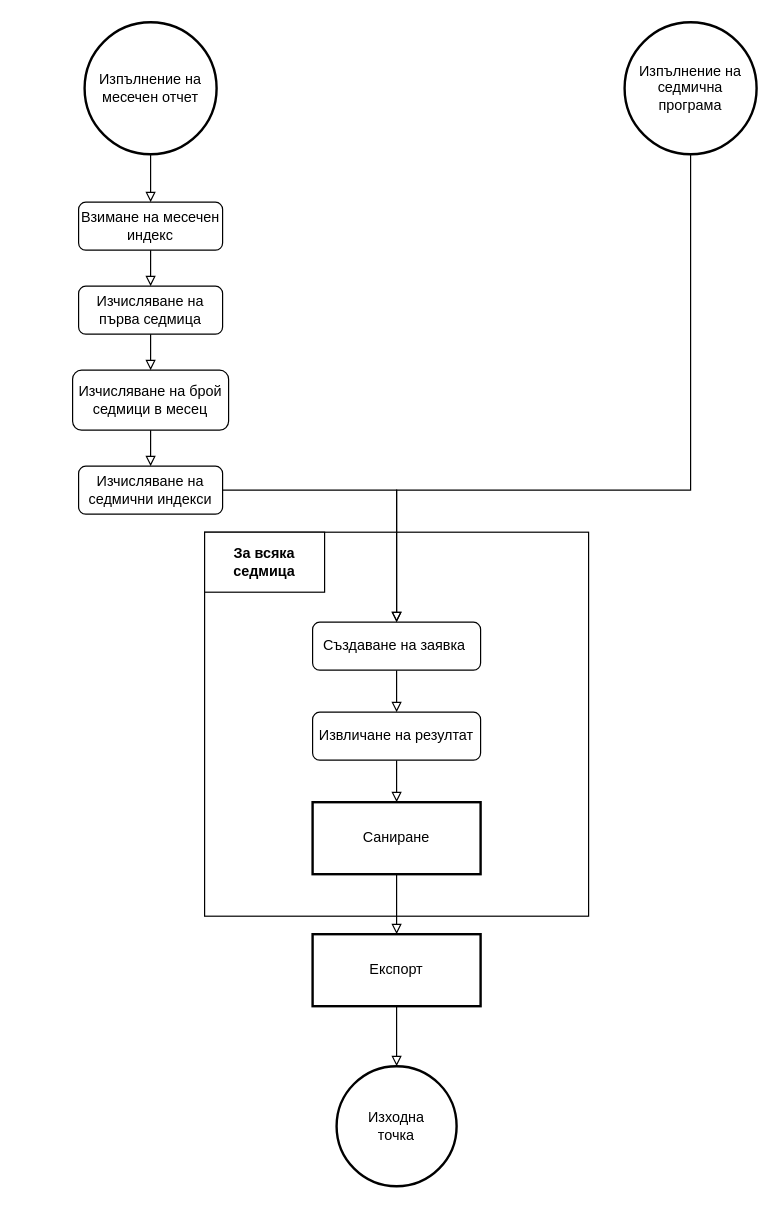
This is page "request_process" (2 of 5) of docs/Блоксхеми/technical_charts.drawio from nikolaizhnikolov/NVNA-Schedule-Exporter, a draw.io file, before an edit. Source tidied: cells renumbered, new cells numbered last; positions are measured from the earlier drawing's top-left corner, leaving out a move shared by most shapes. Both pictures are drawn from the tidied source at 120%, with x=0, y=0 at pixel (72, 22).
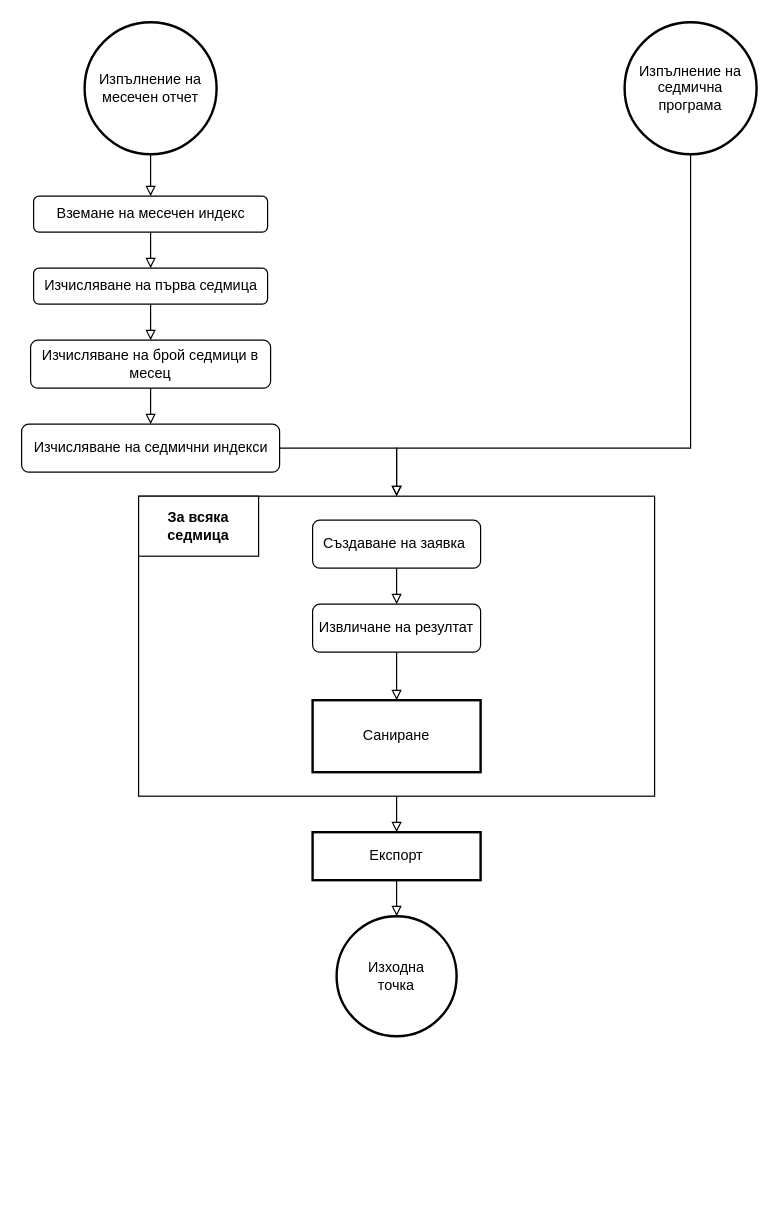
The same diagram, later.

The change refers to these unchanged cells:
```xml
<mxCell id="8" value="Изпълнение на седмична програма" style="ellipse;whiteSpace=wrap;html=1;strokeWidth=2;" parent="1" vertex="1">
  <mxGeometry x="460" width="110" height="110" as="geometry" />
</mxCell>
```

Change to the diagram source:
```diff
@@
     <mxCell id="2" style="rounded=0;whiteSpace=wrap;html=1;strokeWidth=1;fillColor=default;" parent="1" vertex="1">
-      <mxGeometry x="110" y="425" width="320" height="320" as="geometry" />
+      <mxGeometry x="55" y="395" width="430" height="250" as="geometry" />
     </mxCell>
     <mxCell id="3" value="Изчисляване на първа седмица" style="rounded=1;whiteSpace=wrap;html=1;fontSize=12;glass=0;strokeWidth=1;shadow=0;" parent="1" vertex="1">
-      <mxGeometry x="5" y="220" width="120" height="40" as="geometry" />
+      <mxGeometry x="-32.5" y="205" width="195" height="30" as="geometry" />
     </mxCell>
     <mxCell id="4" value="Изчисляване на седмични индекси" style="rounded=1;whiteSpace=wrap;html=1;fontSize=12;glass=0;strokeWidth=1;shadow=0;" parent="1" vertex="1">
-      <mxGeometry x="5" y="370" width="120" height="40" as="geometry" />
+      <mxGeometry x="-42.5" y="335" width="215" height="40" as="geometry" />
     </mxCell>
@@
-    <mxCell id="7" style="edgeStyle=orthogonalEdgeStyle;rounded=0;jettySize=auto;html=1;endArrow=block;endFill=0;" parent="1" edge="1" source="8" target="12">
+    <mxCell id="7" style="edgeStyle=orthogonalEdgeStyle;rounded=0;jettySize=auto;html=1;endArrow=block;endFill=0;" parent="1" edge="1" source="8" target="2">
       <mxGeometry relative="1" as="geometry">
         <Array as="points">
-          <mxPoint x="515" y="390" />
-          <mxPoint x="270" y="390" />
+          <mxPoint x="515" y="355" />
+          <mxPoint x="270" y="355" />
         </Array>
       </mxGeometry>
     </mxCell>
@@
-    <mxCell id="9" value="Взимане на месечен индекс" style="rounded=1;whiteSpace=wrap;html=1;fontSize=12;glass=0;strokeWidth=1;shadow=0;" parent="1" vertex="1">
-      <mxGeometry x="5" y="150" width="120" height="40" as="geometry" />
+    <mxCell id="9" value="Вземане на месечен индекс" style="rounded=1;whiteSpace=wrap;html=1;fontSize=12;glass=0;strokeWidth=1;shadow=0;" parent="1" vertex="1">
+      <mxGeometry x="-32.5" y="145" width="195" height="30" as="geometry" />
     </mxCell>
     <mxCell id="10" value="Изчисляване на брой седмици в месец" style="rounded=1;whiteSpace=wrap;html=1;fontSize=12;glass=0;strokeWidth=1;shadow=0;" parent="1" vertex="1">
-      <mxGeometry y="290" width="130" height="50" as="geometry" />
+      <mxGeometry x="-35" y="265" width="200" height="40" as="geometry" />
     </mxCell>
@@
     <mxCell id="12" value="Създаване на заявка&amp;nbsp;" style="rounded=1;whiteSpace=wrap;html=1;strokeWidth=1;" parent="1" vertex="1">
-      <mxGeometry x="200" y="500" width="140" height="40" as="geometry" />
+      <mxGeometry x="200" y="415" width="140" height="40" as="geometry" />
     </mxCell>
@@
     <mxCell id="14" value="Извличане на резултат" style="rounded=1;whiteSpace=wrap;html=1;strokeWidth=1;" parent="1" vertex="1">
-      <mxGeometry x="200" y="575" width="140" height="40" as="geometry" />
+      <mxGeometry x="200" y="485" width="140" height="40" as="geometry" />
     </mxCell>
-    <mxCell id="15" style="edgeStyle=orthogonalEdgeStyle;rounded=0;jettySize=auto;html=1;endArrow=block;endFill=0;" parent="1" edge="1" source="16" target="22">
+    <mxCell id="15" style="edgeStyle=orthogonalEdgeStyle;rounded=0;jettySize=auto;html=1;endArrow=block;endFill=0;" parent="1" edge="1" source="2" target="22">
       <mxGeometry relative="1" as="geometry" />
     </mxCell>
     <mxCell id="16" value="Саниране" style="rounded=0;whiteSpace=wrap;html=1;strokeWidth=2;fillColor=default;" parent="1" vertex="1">
-      <mxGeometry x="200" y="650" width="140" height="60" as="geometry" />
+      <mxGeometry x="200" y="565" width="140" height="60" as="geometry" />
     </mxCell>
@@
-    <mxCell id="20" style="edgeStyle=orthogonalEdgeStyle;rounded=0;jettySize=auto;html=1;endArrow=block;endFill=0;" parent="1" edge="1" source="4" target="12">
-      <mxGeometry relative="1" as="geometry" />
+    <mxCell id="20" style="edgeStyle=orthogonalEdgeStyle;rounded=0;jettySize=auto;html=1;endArrow=block;endFill=0;" parent="1" edge="1" source="4" target="2">
+      <mxGeometry relative="1" as="geometry">
+        <Array as="points">
+          <mxPoint x="270" y="355" />
+        </Array>
+      </mxGeometry>
     </mxCell>
@@
     <mxCell id="22" value="Експорт" style="rounded=0;whiteSpace=wrap;html=1;strokeWidth=2;fillColor=default;" parent="1" vertex="1">
-      <mxGeometry x="200" y="760" width="140" height="60" as="geometry" />
+      <mxGeometry x="200" y="675" width="140" height="40" as="geometry" />
     </mxCell>
     <mxCell id="23" value="Изходна&lt;br&gt;точка" style="ellipse;whiteSpace=wrap;html=1;rounded=0;strokeWidth=2;fillColor=default;" parent="1" vertex="1">
-      <mxGeometry x="220" y="870" width="100" height="100" as="geometry" />
+      <mxGeometry x="220" y="745" width="100" height="100" as="geometry" />
     </mxCell>
     <mxCell id="24" value="&lt;span&gt;За всяка седмица&lt;/span&gt;" style="rounded=0;whiteSpace=wrap;html=1;strokeWidth=1;fillColor=default;fontStyle=1;" parent="1" vertex="1">
-      <mxGeometry x="110" y="425" width="100" height="50" as="geometry" />
+      <mxGeometry x="55" y="395" width="100" height="50" as="geometry" />
     </mxCell>
```
